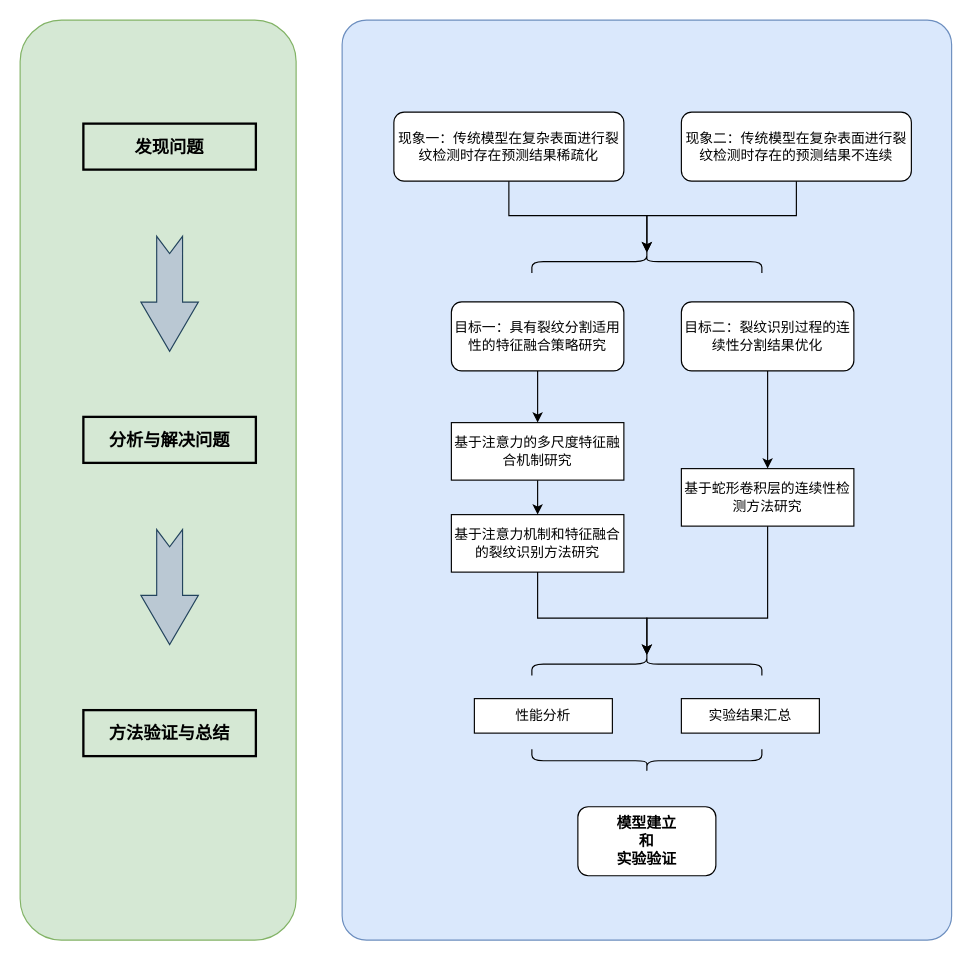
Before: 技术路线.drawio in MrKeanu-V/drawio_repo, a draw.io diagram. Source tidied: cells renumbered, new cells numbered last; positions are measured from the earlier drawing's top-left corner, leaving out a move shared by most shapes. Both pictures are drawn from the tidied source at 115%, with x=0, y=0 at pixel (20, 20).
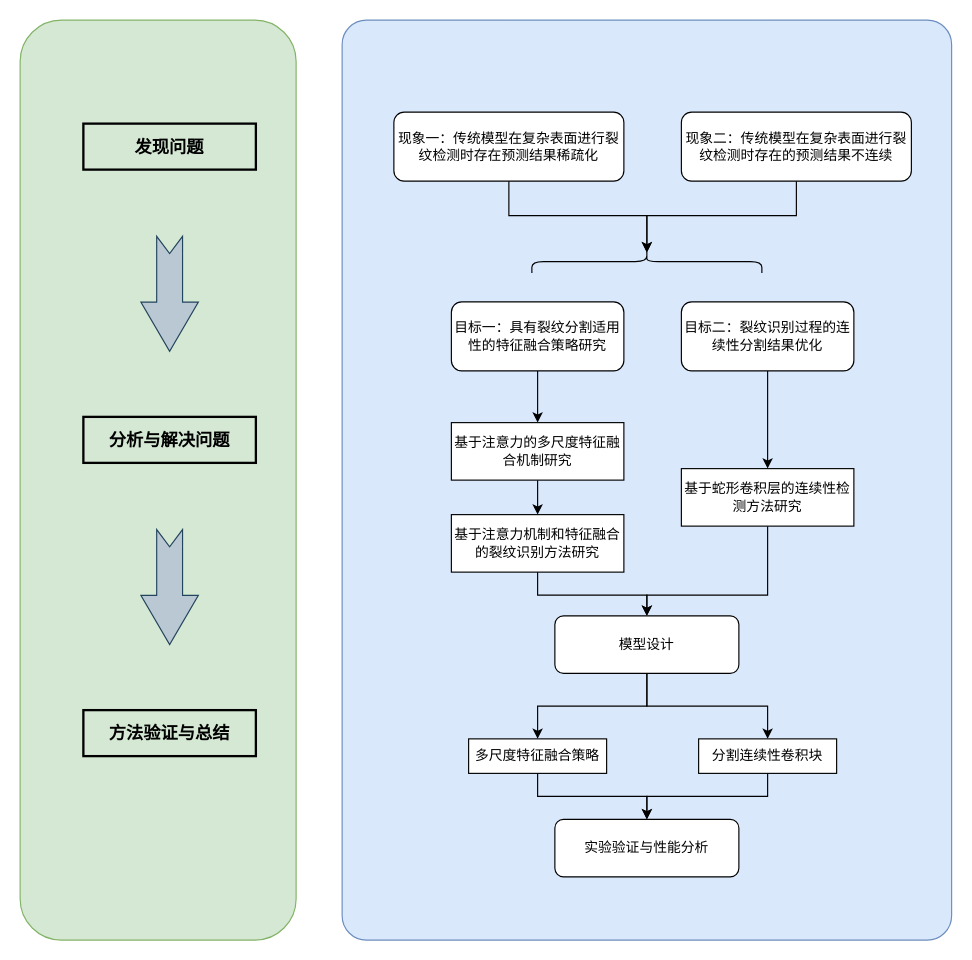
The same diagram, later.

Commit message:
终版技术路线.drawio

Unchanged cells that the change refers to:
```xml
<mxCell id="16" value="&lt;p class=&quot;MsoNormal&quot;&gt;基于注意力机制和特征融合的裂纹识别方法研究&lt;/p&gt;" style="rounded=0;whiteSpace=wrap;html=1;" parent="1" vertex="1">
  <mxGeometry x="375" y="430" width="150" height="50" as="geometry" />
</mxCell>
<mxCell id="17" value="&lt;p class=&quot;MsoNormal&quot;&gt;基于蛇形卷积层的连续性检测方法研究&lt;/p&gt;" style="rounded=0;whiteSpace=wrap;html=1;" parent="1" vertex="1">
  <mxGeometry x="575" y="390" width="150" height="50" as="geometry" />
</mxCell>
```

What changed in the source:
```diff
@@
-    <mxCell id="11" value="&lt;b&gt;&lt;font style=&quot;font-size: 13px;&quot;&gt;模型建立&lt;br&gt;和&lt;br&gt;实验验证&lt;br&gt;&lt;/font&gt;&lt;/b&gt;" style="rounded=1;whiteSpace=wrap;html=1;" parent="1" vertex="1">
-      <mxGeometry x="485" y="684" width="120" height="60" as="geometry" />
-    </mxCell>
+    <mxCell id="29" style="edgeStyle=orthogonalEdgeStyle;rounded=0;jettySize=auto;html=1;entryX=0.5;entryY=0;entryDx=0;entryDy=0;" parent="1" edge="1" source="12" target="36">
+      <mxGeometry relative="1" as="geometry" />
+    </mxCell>
-    <mxCell id="12" value="性能分析" style="rounded=0;whiteSpace=wrap;html=1;" parent="1" vertex="1">
-      <mxGeometry x="395" y="590" width="120" height="30" as="geometry" />
+    <mxCell id="12" value="多尺度特征融合策略" style="rounded=0;whiteSpace=wrap;html=1;" parent="1" vertex="1">
+      <mxGeometry x="390" y="625" width="120" height="30" as="geometry" />
     </mxCell>
+    <mxCell id="30" style="edgeStyle=orthogonalEdgeStyle;rounded=0;jettySize=auto;html=1;entryX=0.5;entryY=0;entryDx=0;entryDy=0;" parent="1" edge="1" source="13" target="36">
+      <mxGeometry relative="1" as="geometry" />
+    </mxCell>
-    <mxCell id="13" value="实验结果汇总" style="rounded=0;whiteSpace=wrap;html=1;" parent="1" vertex="1">
-      <mxGeometry x="575" y="590" width="120" height="30" as="geometry" />
+    <mxCell id="13" value="分割连续性卷积块" style="rounded=0;whiteSpace=wrap;html=1;" parent="1" vertex="1">
+      <mxGeometry x="590" y="625" width="120" height="30" as="geometry" />
     </mxCell>
@@
+    <mxCell id="31" style="edgeStyle=orthogonalEdgeStyle;rounded=0;jettySize=auto;html=1;" parent="1" edge="1" source="16" target="35">
+      <mxGeometry relative="1" as="geometry" />
+    </mxCell>
@@
+    <mxCell id="32" style="edgeStyle=orthogonalEdgeStyle;rounded=0;jettySize=auto;html=1;" parent="1" edge="1" source="17" target="35">
+      <mxGeometry relative="1" as="geometry">
+        <Array as="points">
+          <mxPoint x="650" y="500" />
+          <mxPoint x="545" y="500" />
+        </Array>
+      </mxGeometry>
+    </mxCell>
@@
-    <mxCell id="18" style="shape=curlyBracket;whiteSpace=wrap;html=1;rounded=1;flipH=1;labelPosition=right;verticalLabelPosition=middle;align=left;verticalAlign=middle;rotation=-90;" parent="1" vertex="1">
-      <mxGeometry x="535" y="460" width="20" height="200" as="geometry" />
-    </mxCell>
-    <mxCell id="19" style="edgeStyle=orthogonalEdgeStyle;rounded=0;jettySize=auto;html=1;exitX=0.5;exitY=1;exitDx=0;exitDy=0;entryX=0.1;entryY=0.5;entryDx=0;entryDy=0;entryPerimeter=0;" parent="1" edge="1" source="16" target="18">
-      <mxGeometry relative="1" as="geometry">
-        <Array as="points">
-          <mxPoint x="450" y="520" />
-          <mxPoint x="545" y="520" />
-        </Array>
-      </mxGeometry>
-    </mxCell>
-    <mxCell id="20" style="edgeStyle=orthogonalEdgeStyle;rounded=0;jettySize=auto;html=1;entryX=0.1;entryY=0.5;entryDx=0;entryDy=0;entryPerimeter=0;" parent="1" edge="1" source="17" target="18">
-      <mxGeometry relative="1" as="geometry">
-        <Array as="points">
-          <mxPoint x="650" y="520" />
-          <mxPoint x="545" y="520" />
-        </Array>
-      </mxGeometry>
-    </mxCell>
@@
-    <mxCell id="23" style="shape=curlyBracket;whiteSpace=wrap;html=1;rounded=1;flipH=1;labelPosition=right;verticalLabelPosition=middle;align=left;verticalAlign=middle;rotation=90;" parent="1" vertex="1">
-      <mxGeometry x="535" y="544" width="20" height="200" as="geometry" />
-    </mxCell>
@@
+    <mxCell id="33" style="edgeStyle=orthogonalEdgeStyle;rounded=0;jettySize=auto;html=1;" parent="1" edge="1" source="35" target="12">
+      <mxGeometry relative="1" as="geometry" />
+    </mxCell>
+    <mxCell id="34" style="edgeStyle=orthogonalEdgeStyle;rounded=0;jettySize=auto;html=1;" parent="1" edge="1" source="35" target="13">
+      <mxGeometry relative="1" as="geometry" />
+    </mxCell>
+    <mxCell id="35" value="模型设计" style="rounded=1;whiteSpace=wrap;html=1;" parent="1" vertex="1">
+      <mxGeometry x="465" y="518" width="160" height="50" as="geometry" />
+    </mxCell>
+    <mxCell id="36" value="实验验证与性能分析" style="rounded=1;whiteSpace=wrap;html=1;" parent="1" vertex="1">
+      <mxGeometry x="465" y="695" width="160" height="50" as="geometry" />
+    </mxCell>
```
